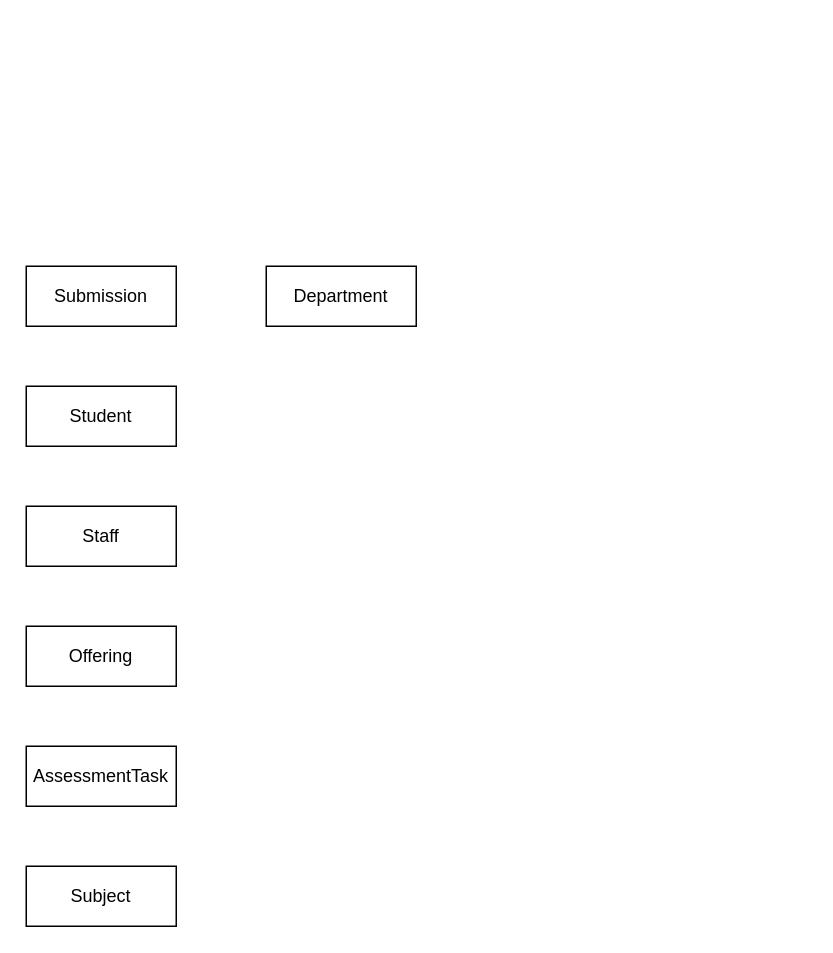
The draw.io diagram isys2120a2.drawio in NguyenChHieu/graphs, before the edit. Source tidied: cells renumbered, new cells numbered last; positions are measured from the earlier drawing's top-left corner, leaving out a move shared by most shapes. Both pictures are drawn from the tidied source at 150%, with x=0, y=0 at pixel (26, 266).
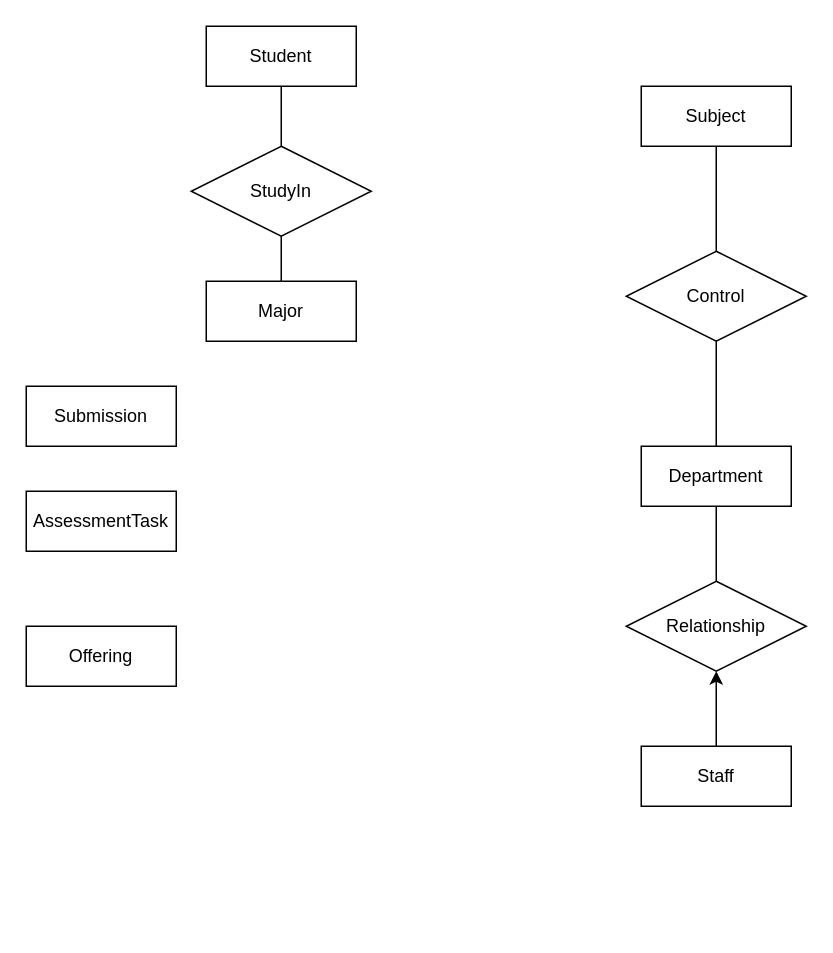
The same page after the edit.

What changed in the source:
```diff
@@
 <mxGraphModel>
   <root>
     <mxCell id="0" />
     <mxCell id="1" parent="0" />
     <mxCell id="2" value="Submission" style="whiteSpace=wrap;html=1;align=center;" parent="1" vertex="1">
-      <mxGeometry width="100" height="40" as="geometry" />
+      <mxGeometry y="80" width="100" height="40" as="geometry" />
     </mxCell>
     <mxCell id="3" value="Student" style="whiteSpace=wrap;html=1;align=center;" parent="1" vertex="1">
-      <mxGeometry y="80" width="100" height="40" as="geometry" />
+      <mxGeometry x="120" y="-160" width="100" height="40" as="geometry" />
     </mxCell>
     <mxCell id="4" value="Staff" style="whiteSpace=wrap;html=1;align=center;" parent="1" vertex="1">
-      <mxGeometry y="160" width="100" height="40" as="geometry" />
+      <mxGeometry x="410" y="320" width="100" height="40" as="geometry" />
     </mxCell>
     <mxCell id="5" value="Offering" style="whiteSpace=wrap;html=1;align=center;" parent="1" vertex="1">
       <mxGeometry y="240" width="100" height="40" as="geometry" />
     </mxCell>
     <mxCell id="6" value="AssessmentTask" style="whiteSpace=wrap;html=1;align=center;" parent="1" vertex="1">
-      <mxGeometry y="320" width="100" height="40" as="geometry" />
+      <mxGeometry y="150" width="100" height="40" as="geometry" />
     </mxCell>
     <mxCell id="7" value="Subject" style="whiteSpace=wrap;html=1;align=center;" parent="1" vertex="1">
-      <mxGeometry y="400" width="100" height="40" as="geometry" />
+      <mxGeometry x="410" y="-120" width="100" height="40" as="geometry" />
     </mxCell>
     <mxCell id="8" value="Department" style="whiteSpace=wrap;html=1;align=center;" parent="1" vertex="1">
-      <mxGeometry x="160" width="100" height="40" as="geometry" />
+      <mxGeometry x="410" y="120" width="100" height="40" as="geometry" />
     </mxCell>
+    <mxCell id="9" value="Major" style="whiteSpace=wrap;html=1;align=center;" parent="1" vertex="1">
+      <mxGeometry x="120" y="10" width="100" height="40" as="geometry" />
+    </mxCell>
+    <mxCell id="10" value="StudyIn" style="shape=rhombus;perimeter=rhombusPerimeter;whiteSpace=wrap;html=1;align=center;" parent="1" vertex="1">
+      <mxGeometry x="110" y="-80" width="120" height="60" as="geometry" />
+    </mxCell>
+    <mxCell id="11" style="endArrow=none;html=1;rounded=0;entryX=0.5;entryY=1;entryDx=0;entryDy=0;exitX=0.5;exitY=0;exitDx=0;exitDy=0;" parent="1" edge="1" source="9" target="10">
+      <mxGeometry relative="1" as="geometry" />
+    </mxCell>
+    <mxCell id="12" style="endArrow=none;html=1;rounded=0;entryX=0.5;entryY=1;entryDx=0;entryDy=0;" parent="1" edge="1" source="10" target="3">
+      <mxGeometry relative="1" as="geometry" />
+    </mxCell>
+    <mxCell id="13" value="Relationship" style="shape=rhombus;perimeter=rhombusPerimeter;whiteSpace=wrap;html=1;align=center;" parent="1" vertex="1">
+      <mxGeometry x="400" y="210" width="120" height="60" as="geometry" />
+    </mxCell>
+    <mxCell id="14" style="endArrow=none;html=1;rounded=0;entryX=0.5;entryY=1;entryDx=0;entryDy=0;exitX=0.5;exitY=0;exitDx=0;exitDy=0;" parent="1" edge="1" source="13" target="8">
+      <mxGeometry relative="1" as="geometry" />
+    </mxCell>
+    <mxCell id="15" style="endArrow=classic;html=1;rounded=0;entryX=0.5;entryY=1;entryDx=0;entryDy=0;exitX=0.5;exitY=0;exitDx=0;exitDy=0;" parent="1" edge="1" source="4" target="13">
+      <mxGeometry relative="1" as="geometry" />
+    </mxCell>
+    <mxCell id="16" value="Control" style="shape=rhombus;perimeter=rhombusPerimeter;whiteSpace=wrap;html=1;align=center;" parent="1" vertex="1">
+      <mxGeometry x="400" y="-10" width="120" height="60" as="geometry" />
+    </mxCell>
+    <mxCell id="17" style="endArrow=none;html=1;rounded=0;entryX=0.5;entryY=1;entryDx=0;entryDy=0;exitX=0.5;exitY=0;exitDx=0;exitDy=0;" parent="1" edge="1" source="16" target="7">
+      <mxGeometry relative="1" as="geometry" />
+    </mxCell>
+    <mxCell id="18" style="endArrow=none;html=1;rounded=0;entryX=0.5;entryY=1;entryDx=0;entryDy=0;exitX=0.5;exitY=0;exitDx=0;exitDy=0;" parent="1" edge="1" source="8" target="16">
+      <mxGeometry relative="1" as="geometry" />
+    </mxCell>
   </root>
 </mxGraphModel>
```
